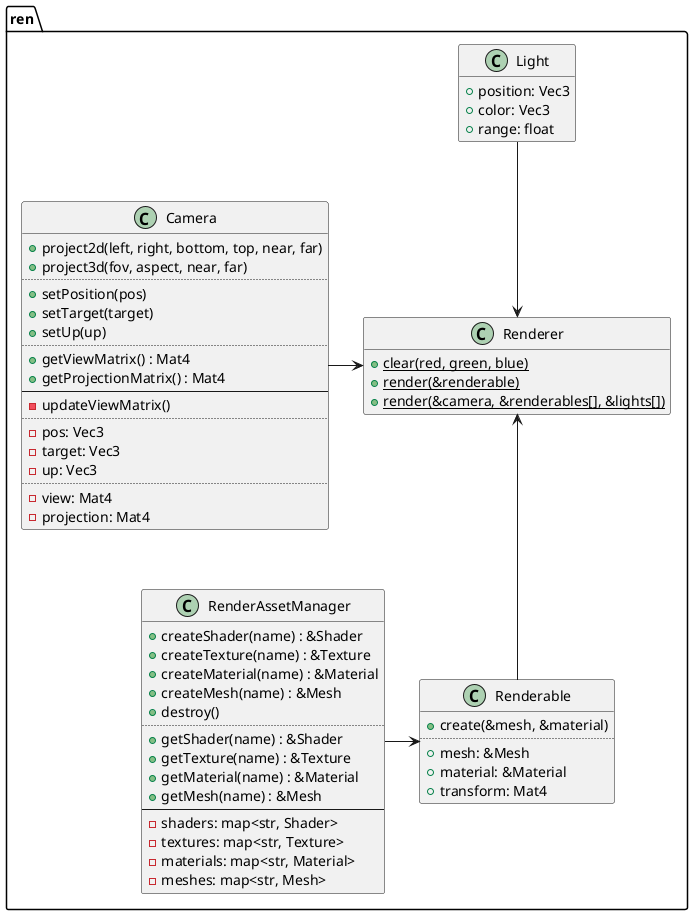
This is design/renderer.png from ba6er/marblemaze, a PlantUML export, as it was before one commit.
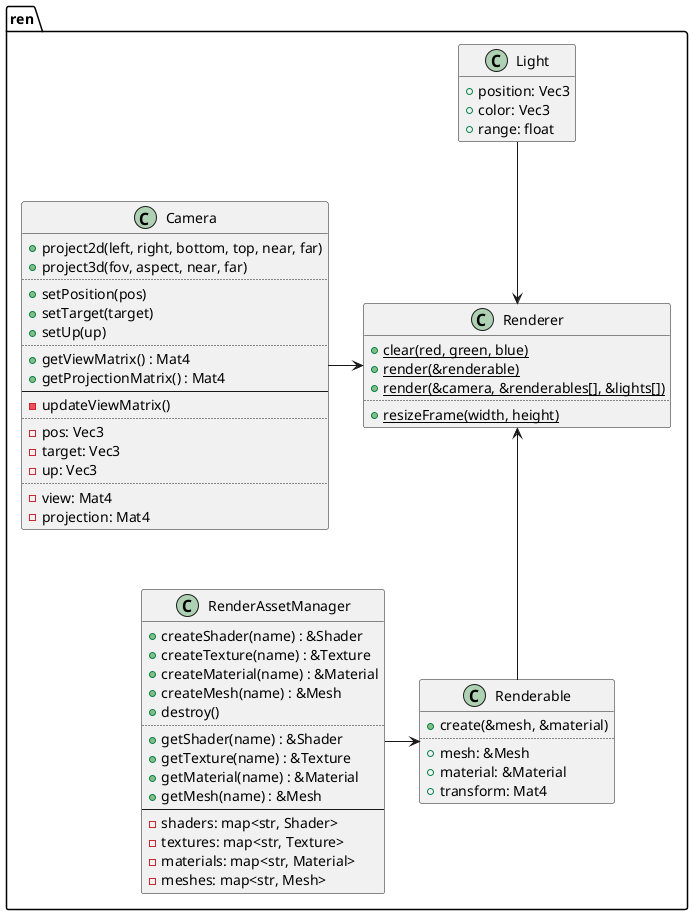
After the commit.

What changed in the source:
```diff
@@ -59,6 +59,8 @@
 	{static} +clear(red, green, blue)
 	{static} +render(&renderable)
 	{static} +render(&camera, &renderables[], &lights[])
+	..
+	{static} +resizeFrame(width, height)
 }
 hide Renderer fields
 
```
